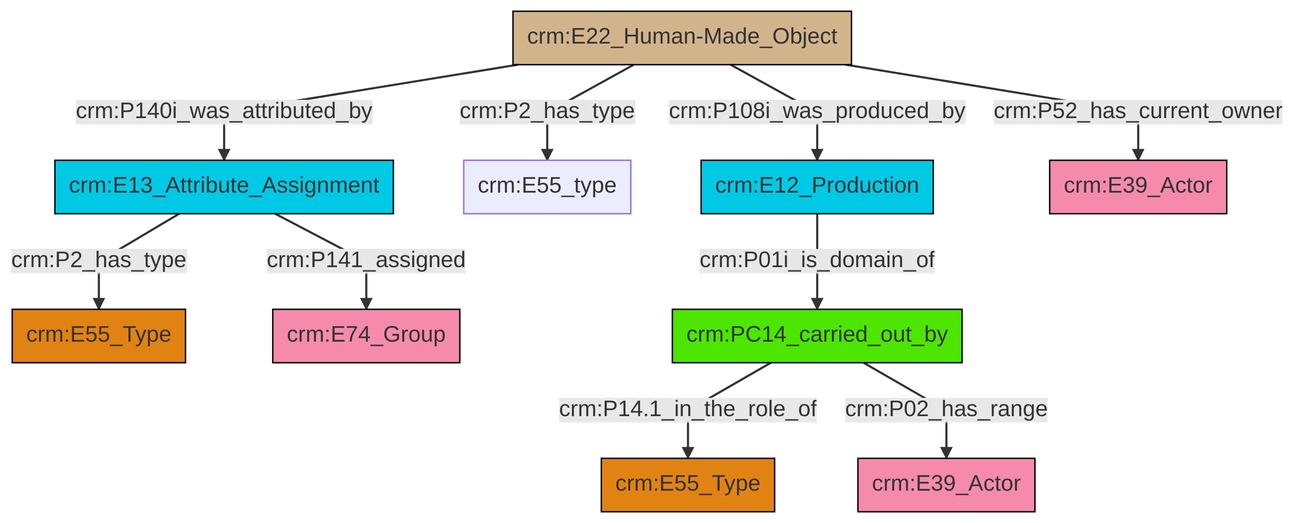
The Mermaid diagram et/builtWorkCSV/ttl/mmd/png/Built_Work_actor_relations.png in swiss-art-research-net/reference-data-models, before a commit. Its source is kept beside it as et/builtWorkCSV/ttl/mmd/Built_Work_actor_relations.ttl.mmd.
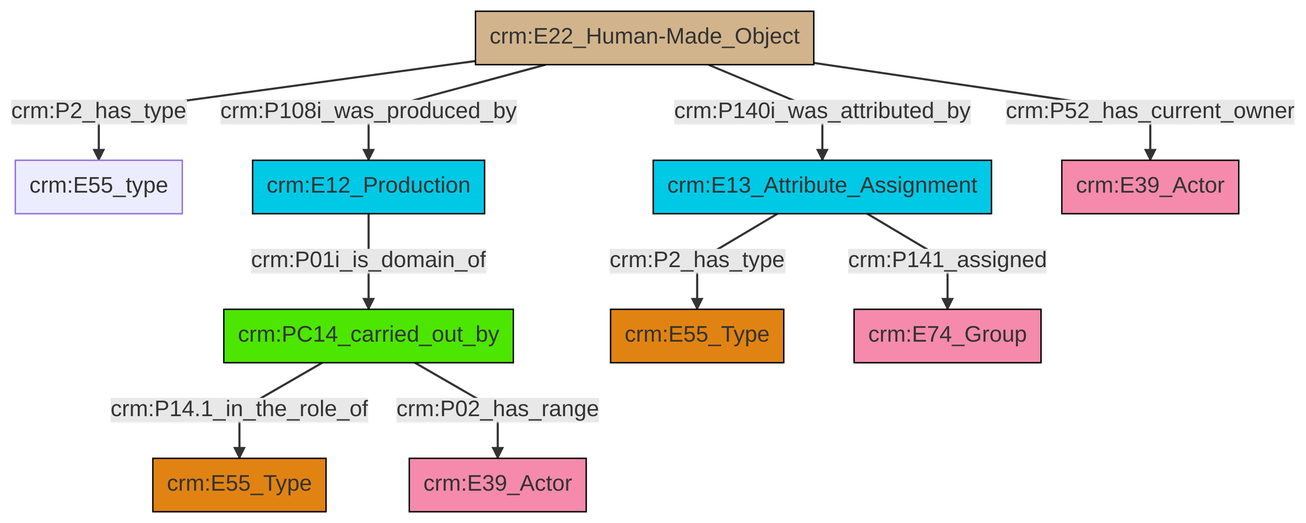
Above is the later version.

Diff of the diagram source:
```diff
@@ -13,12 +13,12 @@
 classDef PC_Classes fill:#4ce600, stroke:#000000;
 classDef Multi fill:#cccccc,stroke:#000000;
 
-4["crm:E13_Attribute_Assignment"]:::Temporal_Entity -->|crm:P141_assigned| 5["crm:E74_Group"]:::Actor
-4["crm:E13_Attribute_Assignment"]:::Temporal_Entity -->|crm:P2_has_type| 2["crm:E55_Type"]:::Type
-8["crm:E22_Human-Made_Object"]:::Physical_Thing -->|crm:P2_has_type| 9["crm:E55_type"]:::Default
-8["crm:E22_Human-Made_Object"]:::Physical_Thing -->|crm:P108i_was_produced_by| 12["crm:E12_Production"]:::Temporal_Entity
-6["crm:PC14_carried_out_by"]:::PC_Classes -->|crm:P14.1_in_the_role_of| 13["crm:E55_Type"]:::Type
-8["crm:E22_Human-Made_Object"]:::Physical_Thing -->|crm:P140i_was_attributed_by| 4["crm:E13_Attribute_Assignment"]:::Temporal_Entity
-8["crm:E22_Human-Made_Object"]:::Physical_Thing -->|crm:P52_has_current_owner| 15["crm:E39_Actor"]:::Actor
-12["crm:E12_Production"]:::Temporal_Entity -->|crm:P01i_is_domain_of| 6["crm:PC14_carried_out_by"]:::PC_Classes
-6["crm:PC14_carried_out_by"]:::PC_Classes -->|crm:P02_has_range| 0["crm:E39_Actor"]:::Actor
+0["crm:E22_Human-Made_Object"]:::Physical_Thing -->|crm:P2_has_type| 1["crm:E55_type"]:::Default
+2["crm:PC14_carried_out_by"]:::PC_Classes -->|crm:P14.1_in_the_role_of| 3["crm:E55_Type"]:::Type
+12["crm:E13_Attribute_Assignment"]:::Temporal_Entity -->|crm:P2_has_type| 6["crm:E55_Type"]:::Type
+13["crm:E12_Production"]:::Temporal_Entity -->|crm:P01i_is_domain_of| 2["crm:PC14_carried_out_by"]:::PC_Classes
+0["crm:E22_Human-Made_Object"]:::Physical_Thing -->|crm:P108i_was_produced_by| 13["crm:E12_Production"]:::Temporal_Entity
+2["crm:PC14_carried_out_by"]:::PC_Classes -->|crm:P02_has_range| 8["crm:E39_Actor"]:::Actor
+0["crm:E22_Human-Made_Object"]:::Physical_Thing -->|crm:P140i_was_attributed_by| 12["crm:E13_Attribute_Assignment"]:::Temporal_Entity
+0["crm:E22_Human-Made_Object"]:::Physical_Thing -->|crm:P52_has_current_owner| 17["crm:E39_Actor"]:::Actor
+12["crm:E13_Attribute_Assignment"]:::Temporal_Entity -->|crm:P141_assigned| 10["crm:E74_Group"]:::Actor
```
